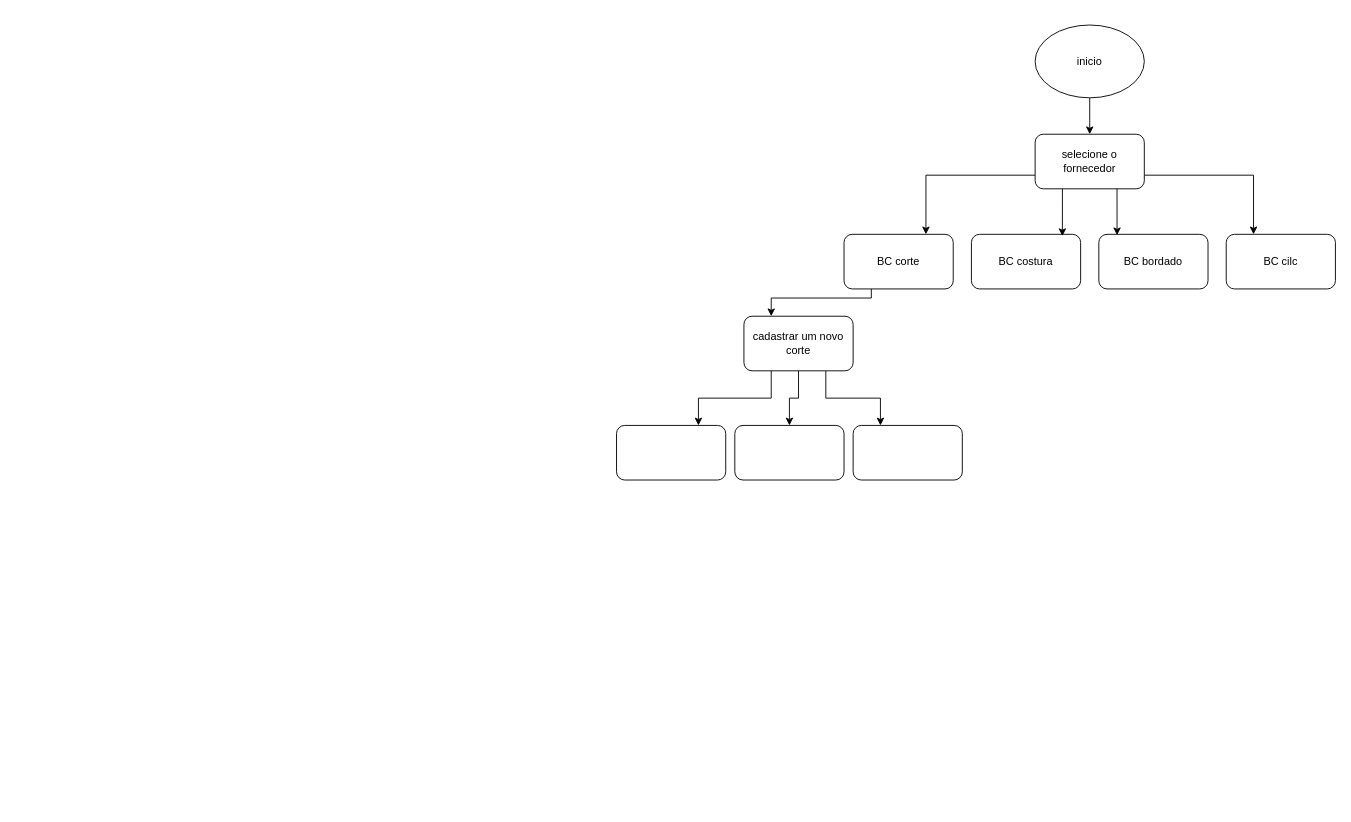
Before: page "Página-2" (2 of 3) of Doc/fluxograma.drawio in bryan0000000/fluxogramas, a draw.io diagram. Source tidied: cells renumbered, new cells numbered last; positions are measured from the earlier drawing's top-left corner, leaving out a move shared by most shapes. Both pictures are drawn from the tidied source at 91%, with x=0, y=0 at pixel (616, 25).
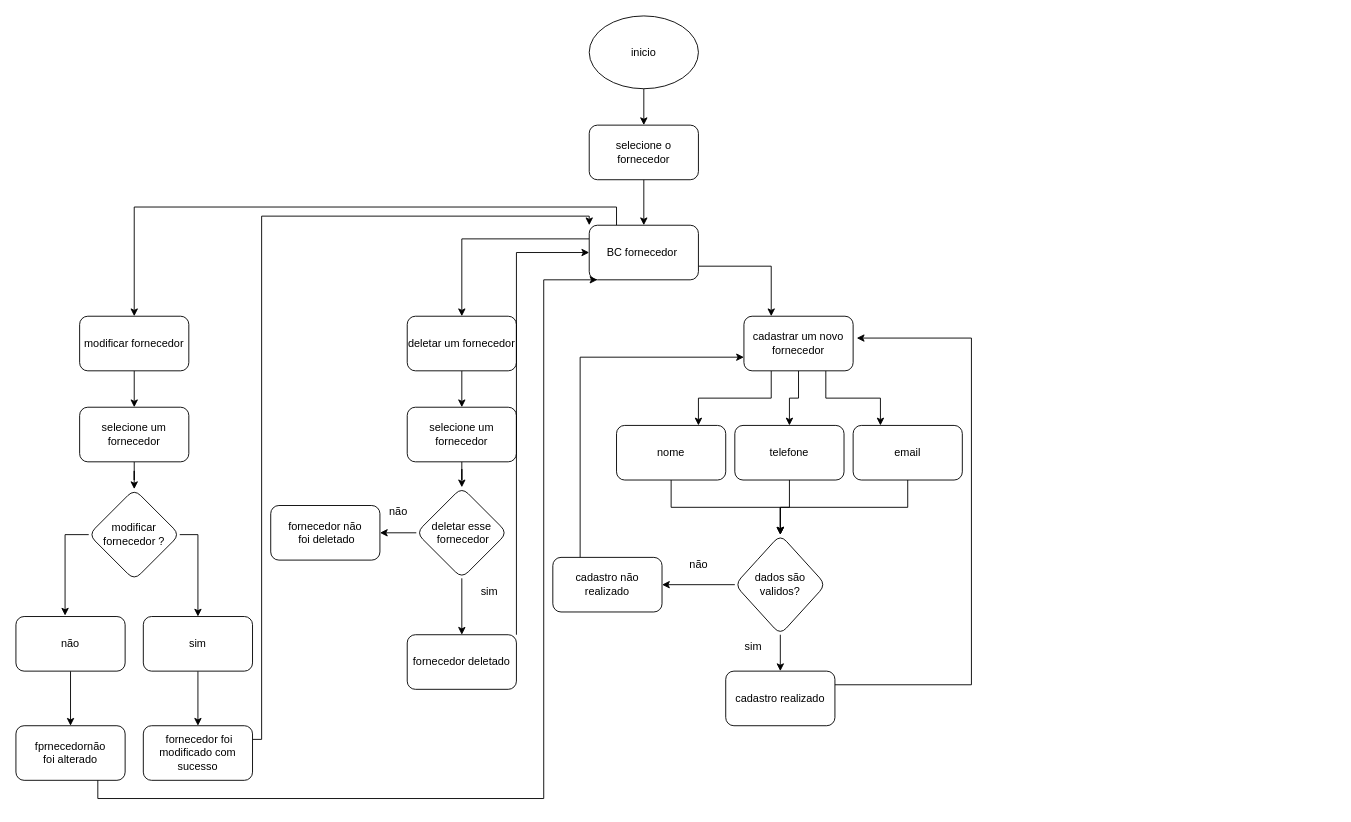
Above is the later version.

What changed in the source:
```diff
@@
     <mxCell id="3" value="inicio" style="ellipse;whiteSpace=wrap;html=1;" parent="1" vertex="1">
-      <mxGeometry x="460" width="120" height="80" as="geometry" />
+      <mxGeometry x="-30" y="-10" width="120" height="80" as="geometry" />
     </mxCell>
-    <mxCell id="4" style="edgeStyle=orthogonalEdgeStyle;rounded=0;jettySize=auto;html=1;exitX=0;exitY=0.75;exitDx=0;exitDy=0;entryX=0.75;entryY=0;entryDx=0;entryDy=0;" parent="1" edge="1" source="6" target="8">
+    <mxCell id="4" style="edgeStyle=orthogonalEdgeStyle;rounded=0;jettySize=auto;html=1;exitX=0.5;exitY=1;exitDx=0;exitDy=0;entryX=0.5;entryY=0;entryDx=0;entryDy=0;" parent="1" edge="1" source="6" target="8">
       <mxGeometry relative="1" as="geometry" />
     </mxCell>
-    <mxCell id="5" style="edgeStyle=orthogonalEdgeStyle;rounded=0;jettySize=auto;html=1;exitX=1;exitY=0.75;exitDx=0;exitDy=0;entryX=0.25;entryY=0;entryDx=0;entryDy=0;" parent="1" edge="1" source="6" target="11">
-      <mxGeometry relative="1" as="geometry" />
-    </mxCell>
     <mxCell id="6" value="selecione o fornecedor" style="rounded=1;whiteSpace=wrap;html=1;" parent="1" vertex="1">
-      <mxGeometry x="460" y="120" width="120" height="60" as="geometry" />
+      <mxGeometry x="-30" y="110" width="120" height="60" as="geometry" />
     </mxCell>
+    <mxCell id="21" style="edgeStyle=orthogonalEdgeStyle;rounded=0;jettySize=auto;html=1;exitX=0;exitY=0.25;exitDx=0;exitDy=0;entryX=0.5;entryY=0;entryDx=0;entryDy=0;" parent="1" edge="1" source="8" target="35">
+      <mxGeometry relative="1" as="geometry" />
+    </mxCell>
+    <mxCell id="22" style="edgeStyle=orthogonalEdgeStyle;rounded=0;jettySize=auto;html=1;exitX=0.25;exitY=0;exitDx=0;exitDy=0;entryX=0.5;entryY=0;entryDx=0;entryDy=0;" parent="1" edge="1" source="8" target="47">
+      <mxGeometry relative="1" as="geometry" />
+    </mxCell>
-    <mxCell id="7" style="edgeStyle=orthogonalEdgeStyle;rounded=0;jettySize=auto;html=1;exitX=0.25;exitY=1;exitDx=0;exitDy=0;entryX=0.25;entryY=0;entryDx=0;entryDy=0;" parent="1" edge="1" source="8" target="17">
-      <mxGeometry relative="1" as="geometry">
-        <Array as="points">
-          <mxPoint x="280" y="300" />
-          <mxPoint x="170" y="300" />
-        </Array>
-      </mxGeometry>
+    <mxCell id="7" style="edgeStyle=orthogonalEdgeStyle;rounded=0;jettySize=auto;html=1;exitX=1;exitY=0.75;exitDx=0;exitDy=0;entryX=0.25;entryY=0;entryDx=0;entryDy=0;" parent="1" edge="1" source="8" target="17">
+      <mxGeometry relative="1" as="geometry" />
     </mxCell>
-    <mxCell id="8" value="BC corte" style="rounded=1;whiteSpace=wrap;html=1;" parent="1" vertex="1">
-      <mxGeometry x="250" y="230" width="120" height="60" as="geometry" />
+    <mxCell id="8" value="BC fornecedor&amp;nbsp;" style="rounded=1;whiteSpace=wrap;html=1;" parent="1" vertex="1">
+      <mxGeometry x="-30" y="220" width="120" height="60" as="geometry" />
     </mxCell>
-    <mxCell id="9" value="BC costura" style="rounded=1;whiteSpace=wrap;html=1;" parent="1" vertex="1">
-      <mxGeometry x="390" y="230" width="120" height="60" as="geometry" />
-    </mxCell>
-    <mxCell id="10" value="BC bordado" style="rounded=1;whiteSpace=wrap;html=1;" parent="1" vertex="1">
-      <mxGeometry x="530" y="230" width="120" height="60" as="geometry" />
-    </mxCell>
-    <mxCell id="11" value="BC cilc" style="rounded=1;whiteSpace=wrap;html=1;" parent="1" vertex="1">
-      <mxGeometry x="670" y="230" width="120" height="60" as="geometry" />
-    </mxCell>
-    <mxCell id="12" style="edgeStyle=orthogonalEdgeStyle;rounded=0;jettySize=auto;html=1;exitX=0.75;exitY=1;exitDx=0;exitDy=0;entryX=0.167;entryY=0.017;entryDx=0;entryDy=0;entryPerimeter=0;" parent="1" edge="1" source="6" target="10">
-      <mxGeometry relative="1" as="geometry" />
-    </mxCell>
-    <mxCell id="13" style="edgeStyle=orthogonalEdgeStyle;rounded=0;jettySize=auto;html=1;exitX=0.25;exitY=1;exitDx=0;exitDy=0;entryX=0.833;entryY=0.033;entryDx=0;entryDy=0;entryPerimeter=0;" parent="1" edge="1" source="6" target="9">
-      <mxGeometry relative="1" as="geometry" />
-    </mxCell>
@@
-    <mxCell id="17" value="cadastrar um novo corte" style="rounded=1;whiteSpace=wrap;html=1;" parent="1" vertex="1">
+    <mxCell id="17" value="cadastrar um novo fornecedor" style="rounded=1;whiteSpace=wrap;html=1;" parent="1" vertex="1">
       <mxGeometry x="140" y="320" width="120" height="60" as="geometry" />
     </mxCell>
+    <mxCell id="23" style="edgeStyle=orthogonalEdgeStyle;rounded=0;jettySize=auto;html=1;exitX=0.5;exitY=1;exitDx=0;exitDy=0;entryX=0.5;entryY=0;entryDx=0;entryDy=0;" parent="1" edge="1" source="18" target="28">
+      <mxGeometry relative="1" as="geometry" />
+    </mxCell>
-    <mxCell id="18" style="rounded=1;whiteSpace=wrap;html=1;" parent="1" vertex="1">
+    <mxCell id="18" value="nome" style="rounded=1;whiteSpace=wrap;html=1;" parent="1" vertex="1">
       <mxGeometry y="440" width="120" height="60" as="geometry" />
     </mxCell>
+    <mxCell id="24" style="edgeStyle=orthogonalEdgeStyle;rounded=0;jettySize=auto;html=1;" parent="1" edge="1" source="19" target="28">
+      <mxGeometry relative="1" as="geometry" />
+    </mxCell>
-    <mxCell id="19" style="rounded=1;whiteSpace=wrap;html=1;" parent="1" vertex="1">
+    <mxCell id="19" value="telefone" style="rounded=1;whiteSpace=wrap;html=1;" parent="1" vertex="1">
       <mxGeometry x="130" y="440" width="120" height="60" as="geometry" />
     </mxCell>
+    <mxCell id="25" style="edgeStyle=orthogonalEdgeStyle;rounded=0;jettySize=auto;html=1;exitX=0.5;exitY=1;exitDx=0;exitDy=0;entryX=0.5;entryY=0;entryDx=0;entryDy=0;" parent="1" edge="1" source="20" target="28">
+      <mxGeometry relative="1" as="geometry" />
+    </mxCell>
-    <mxCell id="20" style="rounded=1;whiteSpace=wrap;html=1;" parent="1" vertex="1">
+    <mxCell id="20" value="email" style="rounded=1;whiteSpace=wrap;html=1;" parent="1" vertex="1">
       <mxGeometry x="260" y="440" width="120" height="60" as="geometry" />
     </mxCell>
+    <mxCell id="26" style="edgeStyle=orthogonalEdgeStyle;rounded=0;jettySize=auto;html=1;" parent="1" edge="1" source="28" target="29">
+      <mxGeometry relative="1" as="geometry" />
+    </mxCell>
+    <mxCell id="27" style="edgeStyle=orthogonalEdgeStyle;rounded=0;jettySize=auto;html=1;exitX=0;exitY=0.5;exitDx=0;exitDy=0;entryX=1;entryY=0.5;entryDx=0;entryDy=0;" parent="1" edge="1" source="28" target="33">
+      <mxGeometry relative="1" as="geometry" />
+    </mxCell>
+    <mxCell id="28" value="dados são validos?" style="rhombus;whiteSpace=wrap;html=1;rounded=1;" parent="1" vertex="1">
+      <mxGeometry x="130" y="560" width="100" height="110" as="geometry" />
+    </mxCell>
+    <mxCell id="29" value="cadastro realizado" style="whiteSpace=wrap;html=1;rounded=1;" parent="1" vertex="1">
+      <mxGeometry x="120" y="710" width="120" height="60" as="geometry" />
+    </mxCell>
+    <mxCell id="30" value="sim" style="text;html=1;align=center;verticalAlign=middle;strokeColor=none;fillColor=none;" parent="1" vertex="1">
+      <mxGeometry x="130" y="668" width="40" height="30" as="geometry" />
+    </mxCell>
+    <mxCell id="31" value="não" style="text;html=1;align=center;verticalAlign=middle;strokeColor=none;fillColor=none;" parent="1" vertex="1">
+      <mxGeometry x="70" y="578" width="40" height="30" as="geometry" />
+    </mxCell>
+    <mxCell id="32" style="edgeStyle=orthogonalEdgeStyle;rounded=0;jettySize=auto;html=1;exitX=0.25;exitY=0;exitDx=0;exitDy=0;entryX=0;entryY=0.75;entryDx=0;entryDy=0;" parent="1" edge="1" source="33" target="17">
+      <mxGeometry relative="1" as="geometry" />
+    </mxCell>
+    <mxCell id="33" value="cadastro não realizado" style="rounded=1;whiteSpace=wrap;html=1;" parent="1" vertex="1">
+      <mxGeometry x="-70" y="585" width="120" height="60" as="geometry" />
+    </mxCell>
+    <mxCell id="34" style="edgeStyle=orthogonalEdgeStyle;rounded=0;jettySize=auto;html=1;" parent="1" edge="1" source="35" target="37">
+      <mxGeometry relative="1" as="geometry" />
+    </mxCell>
+    <mxCell id="35" value="deletar um fornecedor" style="rounded=1;whiteSpace=wrap;html=1;" parent="1" vertex="1">
+      <mxGeometry x="-230" y="320" width="120" height="60" as="geometry" />
+    </mxCell>
+    <mxCell id="36" style="edgeStyle=orthogonalEdgeStyle;rounded=0;jettySize=auto;html=1;" parent="1" edge="1" source="37" target="40">
+      <mxGeometry relative="1" as="geometry" />
+    </mxCell>
+    <mxCell id="37" value="selecione um fornecedor" style="whiteSpace=wrap;html=1;rounded=1;" parent="1" vertex="1">
+      <mxGeometry x="-230" y="420" width="120" height="60" as="geometry" />
+    </mxCell>
+    <mxCell id="38" style="edgeStyle=orthogonalEdgeStyle;rounded=0;jettySize=auto;html=1;" parent="1" edge="1" source="40" target="42">
+      <mxGeometry relative="1" as="geometry" />
+    </mxCell>
+    <mxCell id="39" style="edgeStyle=orthogonalEdgeStyle;rounded=0;jettySize=auto;html=1;" parent="1" edge="1" source="40" target="44">
+      <mxGeometry relative="1" as="geometry" />
+    </mxCell>
+    <mxCell id="40" value="deletar esse&lt;div&gt;&amp;nbsp;fornecedor&lt;/div&gt;" style="rhombus;whiteSpace=wrap;html=1;rounded=1;" parent="1" vertex="1">
+      <mxGeometry x="-220" y="508" width="100" height="100" as="geometry" />
+    </mxCell>
+    <mxCell id="41" style="edgeStyle=orthogonalEdgeStyle;rounded=0;jettySize=auto;html=1;exitX=1;exitY=0;exitDx=0;exitDy=0;entryX=0;entryY=0.5;entryDx=0;entryDy=0;" parent="1" edge="1" source="42" target="8">
+      <mxGeometry relative="1" as="geometry" />
+    </mxCell>
+    <mxCell id="42" value="fornecedor deletado" style="whiteSpace=wrap;html=1;rounded=1;" parent="1" vertex="1">
+      <mxGeometry x="-230" y="670" width="120" height="60" as="geometry" />
+    </mxCell>
+    <mxCell id="43" value="sim" style="text;html=1;align=center;verticalAlign=middle;" parent="1" vertex="1">
+      <mxGeometry x="-160" y="608" width="40" height="30" as="geometry" />
+    </mxCell>
+    <mxCell id="44" value="fornecedor não&lt;div&gt;&amp;nbsp;foi deletado&lt;/div&gt;" style="whiteSpace=wrap;html=1;rounded=1;" parent="1" vertex="1">
+      <mxGeometry x="-380" y="528" width="120" height="60" as="geometry" />
+    </mxCell>
+    <mxCell id="45" value="não" style="text;html=1;align=center;verticalAlign=middle;strokeColor=none;fillColor=none;" parent="1" vertex="1">
+      <mxGeometry x="-260" y="520" width="40" height="30" as="geometry" />
+    </mxCell>
+    <mxCell id="46" style="edgeStyle=orthogonalEdgeStyle;rounded=0;jettySize=auto;html=1;" parent="1" edge="1" source="47" target="49">
+      <mxGeometry relative="1" as="geometry" />
+    </mxCell>
+    <mxCell id="47" value="modificar fornecedor" style="whiteSpace=wrap;html=1;rounded=1;" parent="1" vertex="1">
+      <mxGeometry x="-590" y="320" width="120" height="60" as="geometry" />
+    </mxCell>
+    <mxCell id="48" style="edgeStyle=orthogonalEdgeStyle;rounded=0;jettySize=auto;html=1;" parent="1" edge="1" source="49" target="51">
+      <mxGeometry relative="1" as="geometry" />
+    </mxCell>
+    <mxCell id="49" value="selecione um fornecedor" style="whiteSpace=wrap;html=1;rounded=1;" parent="1" vertex="1">
+      <mxGeometry x="-590" y="420" width="120" height="60" as="geometry" />
+    </mxCell>
+    <mxCell id="50" style="edgeStyle=orthogonalEdgeStyle;rounded=0;jettySize=auto;html=1;exitX=1;exitY=0.5;exitDx=0;exitDy=0;entryX=0.5;entryY=0;entryDx=0;entryDy=0;" parent="1" edge="1" source="51" target="53">
+      <mxGeometry relative="1" as="geometry" />
+    </mxCell>
+    <mxCell id="51" value="modificar&lt;div&gt;fornecedor ?&lt;/div&gt;" style="rhombus;whiteSpace=wrap;html=1;rounded=1;" parent="1" vertex="1">
+      <mxGeometry x="-580" y="510" width="100" height="100" as="geometry" />
+    </mxCell>
+    <mxCell id="52" style="edgeStyle=orthogonalEdgeStyle;rounded=0;jettySize=auto;html=1;" parent="1" edge="1" source="53" target="59">
+      <mxGeometry relative="1" as="geometry" />
+    </mxCell>
+    <mxCell id="53" value="sim" style="rounded=1;whiteSpace=wrap;html=1;" parent="1" vertex="1">
+      <mxGeometry x="-520" y="650" width="120" height="60" as="geometry" />
+    </mxCell>
+    <mxCell id="54" style="edgeStyle=orthogonalEdgeStyle;rounded=0;jettySize=auto;html=1;" parent="1" edge="1" source="55" target="57">
+      <mxGeometry relative="1" as="geometry" />
+    </mxCell>
+    <mxCell id="55" value="não" style="rounded=1;whiteSpace=wrap;html=1;" parent="1" vertex="1">
+      <mxGeometry x="-660" y="650" width="120" height="60" as="geometry" />
+    </mxCell>
+    <mxCell id="56" style="edgeStyle=orthogonalEdgeStyle;rounded=0;jettySize=auto;html=1;exitX=0;exitY=0.5;exitDx=0;exitDy=0;entryX=0.45;entryY=-0.017;entryDx=0;entryDy=0;entryPerimeter=0;" parent="1" edge="1" source="51" target="55">
+      <mxGeometry relative="1" as="geometry" />
+    </mxCell>
+    <mxCell id="57" value="fprnecedornão&lt;div&gt;&amp;nbsp;foi alterado&amp;nbsp;&lt;/div&gt;" style="whiteSpace=wrap;html=1;rounded=1;" parent="1" vertex="1">
+      <mxGeometry x="-660" y="770" width="120" height="60" as="geometry" />
+    </mxCell>
+    <mxCell id="58" style="edgeStyle=orthogonalEdgeStyle;rounded=0;jettySize=auto;html=1;exitX=1;exitY=0.25;exitDx=0;exitDy=0;entryX=0;entryY=0;entryDx=0;entryDy=0;" parent="1" edge="1" source="59" target="8">
+      <mxGeometry relative="1" as="geometry">
+        <Array as="points">
+          <mxPoint x="-390" y="785" />
+          <mxPoint x="-390" y="210" />
+          <mxPoint x="-30" y="210" />
+        </Array>
+      </mxGeometry>
+    </mxCell>
+    <mxCell id="59" value="&amp;nbsp;fornecedor foi modificado com sucesso" style="whiteSpace=wrap;html=1;rounded=1;" parent="1" vertex="1">
+      <mxGeometry x="-520" y="770" width="120" height="60" as="geometry" />
+    </mxCell>
+    <mxCell id="60" style="edgeStyle=orthogonalEdgeStyle;rounded=0;jettySize=auto;html=1;exitX=1;exitY=0.25;exitDx=0;exitDy=0;entryX=1.033;entryY=0.4;entryDx=0;entryDy=0;entryPerimeter=0;" parent="1" edge="1" source="29" target="17">
+      <mxGeometry relative="1" as="geometry">
+        <Array as="points">
+          <mxPoint x="390" y="725" />
+          <mxPoint x="390" y="344" />
+        </Array>
+      </mxGeometry>
+    </mxCell>
+    <mxCell id="61" style="edgeStyle=orthogonalEdgeStyle;rounded=0;jettySize=auto;html=1;exitX=0.75;exitY=1;exitDx=0;exitDy=0;entryX=0.075;entryY=1;entryDx=0;entryDy=0;entryPerimeter=0;" parent="1" edge="1" source="57" target="8">
+      <mxGeometry relative="1" as="geometry">
+        <Array as="points">
+          <mxPoint x="-570" y="850" />
+          <mxPoint x="-80" y="850" />
+          <mxPoint x="-80" y="280" />
+        </Array>
+      </mxGeometry>
+    </mxCell>
```
